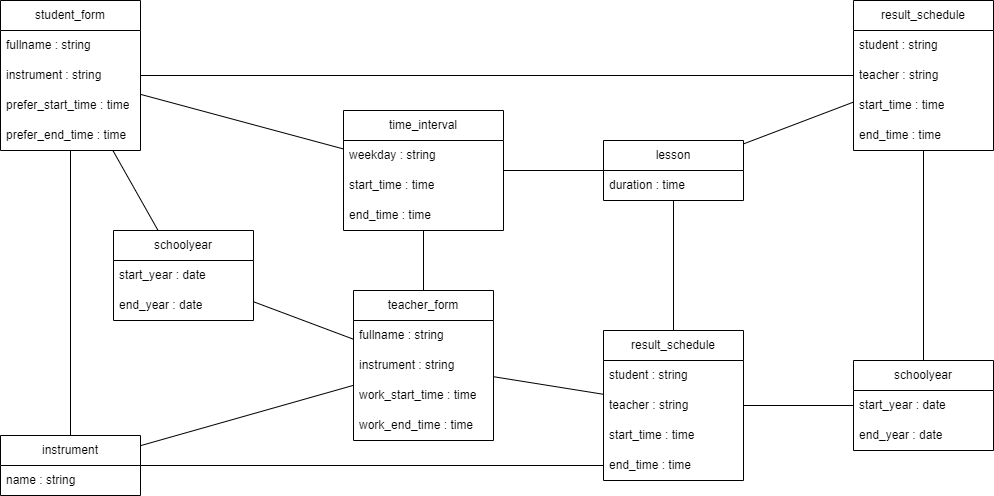
This is Диаграмма_классов.png from watashinonericell/myrepos, a draw.io export, as it was before one commit. Source tidied: cells renumbered, new cells last; positions are measured from the earlier drawing's top-left corner, leaving out a move shared by most shapes. The source it was exported from:
```xml
<mxGraphModel>
  <root>
    <mxCell id="0" />
    <mxCell id="1" parent="0" />
    <mxCell id="2" value="student_form" style="swimlane;fontStyle=0;horizontal=1;startSize=30;whiteSpace=wrap;html=1;" parent="1" vertex="1">
      <mxGeometry width="140" height="150" as="geometry" />
    </mxCell>
    <mxCell id="3" value="fullname : string" style="text;strokeColor=none;fillColor=none;align=left;verticalAlign=middle;spacingLeft=4;spacingRight=4;overflow=hidden;whiteSpace=wrap;html=1;" parent="2" vertex="1">
      <mxGeometry y="30" width="140" height="30" as="geometry" />
    </mxCell>
    <mxCell id="4" value="instrument : string" style="text;strokeColor=none;fillColor=none;align=left;verticalAlign=middle;spacingLeft=4;spacingRight=4;overflow=hidden;whiteSpace=wrap;html=1;" parent="2" vertex="1">
      <mxGeometry y="60" width="140" height="30" as="geometry" />
    </mxCell>
    <mxCell id="5" value="prefer_start_time : time" style="text;strokeColor=none;fillColor=none;align=left;verticalAlign=middle;spacingLeft=4;spacingRight=4;overflow=hidden;whiteSpace=wrap;html=1;" parent="2" vertex="1">
      <mxGeometry y="90" width="140" height="30" as="geometry" />
    </mxCell>
    <mxCell id="6" value="prefer_end_time : time" style="text;strokeColor=none;fillColor=none;align=left;verticalAlign=middle;spacingLeft=4;spacingRight=4;overflow=hidden;whiteSpace=wrap;html=1;" parent="2" vertex="1">
      <mxGeometry y="120" width="140" height="30" as="geometry" />
    </mxCell>
    <mxCell id="7" value="lesson" style="swimlane;fontStyle=0;horizontal=1;startSize=30;whiteSpace=wrap;html=1;" parent="1" vertex="1">
      <mxGeometry x="603" y="140" width="140" height="60" as="geometry" />
    </mxCell>
    <mxCell id="8" value="duration : time" style="text;strokeColor=none;fillColor=none;align=left;verticalAlign=middle;spacingLeft=4;spacingRight=4;overflow=hidden;whiteSpace=wrap;html=1;" parent="7" vertex="1">
      <mxGeometry y="30" width="140" height="30" as="geometry" />
    </mxCell>
    <mxCell id="9" value="time_interval" style="swimlane;fontStyle=0;horizontal=1;startSize=30;whiteSpace=wrap;html=1;" parent="1" vertex="1">
      <mxGeometry x="343" y="110" width="160" height="120" as="geometry" />
    </mxCell>
    <mxCell id="10" value="weekday : string" style="text;strokeColor=none;fillColor=none;align=left;verticalAlign=middle;spacingLeft=4;spacingRight=4;overflow=hidden;whiteSpace=wrap;html=1;" parent="9" vertex="1">
      <mxGeometry y="30" width="160" height="30" as="geometry" />
    </mxCell>
    <mxCell id="11" value="start_time : time" style="text;strokeColor=none;fillColor=none;align=left;verticalAlign=middle;spacingLeft=4;spacingRight=4;overflow=hidden;whiteSpace=wrap;html=1;" parent="9" vertex="1">
      <mxGeometry y="60" width="160" height="30" as="geometry" />
    </mxCell>
    <mxCell id="12" value="end_time : time" style="text;strokeColor=none;fillColor=none;align=left;verticalAlign=middle;spacingLeft=4;spacingRight=4;overflow=hidden;whiteSpace=wrap;html=1;" parent="9" vertex="1">
      <mxGeometry y="90" width="160" height="30" as="geometry" />
    </mxCell>
    <mxCell id="13" value="instrument" style="swimlane;fontStyle=0;horizontal=1;startSize=30;whiteSpace=wrap;html=1;" parent="1" vertex="1">
      <mxGeometry y="435" width="140" height="60" as="geometry" />
    </mxCell>
    <mxCell id="14" value="name : string" style="text;strokeColor=none;fillColor=none;align=left;verticalAlign=middle;spacingLeft=4;spacingRight=4;overflow=hidden;whiteSpace=wrap;html=1;" parent="13" vertex="1">
      <mxGeometry y="30" width="140" height="30" as="geometry" />
    </mxCell>
    <mxCell id="15" value="schoolyear" style="swimlane;fontStyle=0;horizontal=1;startSize=30;whiteSpace=wrap;html=1;" parent="1" vertex="1">
      <mxGeometry x="853" y="360" width="140" height="90" as="geometry" />
    </mxCell>
    <mxCell id="16" value="start_year&amp;nbsp;: date" style="text;strokeColor=none;fillColor=none;align=left;verticalAlign=middle;spacingLeft=4;spacingRight=4;overflow=hidden;whiteSpace=wrap;html=1;" parent="15" vertex="1">
      <mxGeometry y="30" width="140" height="30" as="geometry" />
    </mxCell>
    <mxCell id="17" value="end_year&amp;nbsp;: date" style="text;strokeColor=none;fillColor=none;align=left;verticalAlign=middle;spacingLeft=4;spacingRight=4;overflow=hidden;whiteSpace=wrap;html=1;" parent="15" vertex="1">
      <mxGeometry y="60" width="140" height="30" as="geometry" />
    </mxCell>
    <mxCell id="18" value="result_schedule" style="swimlane;fontStyle=0;horizontal=1;startSize=30;whiteSpace=wrap;html=1;" parent="1" vertex="1">
      <mxGeometry x="853" width="140" height="150" as="geometry" />
    </mxCell>
    <mxCell id="19" value="student : string" style="text;strokeColor=none;fillColor=none;align=left;verticalAlign=middle;spacingLeft=4;spacingRight=4;overflow=hidden;whiteSpace=wrap;html=1;" parent="18" vertex="1">
      <mxGeometry y="30" width="140" height="30" as="geometry" />
    </mxCell>
    <mxCell id="20" value="teacher : string" style="text;strokeColor=none;fillColor=none;align=left;verticalAlign=middle;spacingLeft=4;spacingRight=4;overflow=hidden;whiteSpace=wrap;html=1;" parent="18" vertex="1">
      <mxGeometry y="60" width="140" height="30" as="geometry" />
    </mxCell>
    <mxCell id="21" value="start_time&amp;nbsp;: time" style="text;strokeColor=none;fillColor=none;align=left;verticalAlign=middle;spacingLeft=4;spacingRight=4;overflow=hidden;whiteSpace=wrap;html=1;" parent="18" vertex="1">
      <mxGeometry y="90" width="140" height="30" as="geometry" />
    </mxCell>
    <mxCell id="22" value="end_time&amp;nbsp;: time" style="text;strokeColor=none;fillColor=none;align=left;verticalAlign=middle;spacingLeft=4;spacingRight=4;overflow=hidden;whiteSpace=wrap;html=1;" parent="18" vertex="1">
      <mxGeometry y="120" width="140" height="30" as="geometry" />
    </mxCell>
    <mxCell id="23" value="result_schedule" style="swimlane;fontStyle=0;horizontal=1;startSize=30;whiteSpace=wrap;html=1;" parent="1" vertex="1">
      <mxGeometry x="603" y="330" width="140" height="150" as="geometry" />
    </mxCell>
    <mxCell id="24" value="student : string" style="text;strokeColor=none;fillColor=none;align=left;verticalAlign=middle;spacingLeft=4;spacingRight=4;overflow=hidden;whiteSpace=wrap;html=1;" parent="23" vertex="1">
      <mxGeometry y="30" width="140" height="30" as="geometry" />
    </mxCell>
    <mxCell id="25" value="teacher&amp;nbsp;: string" style="text;strokeColor=none;fillColor=none;align=left;verticalAlign=middle;spacingLeft=4;spacingRight=4;overflow=hidden;whiteSpace=wrap;html=1;" parent="23" vertex="1">
      <mxGeometry y="60" width="140" height="30" as="geometry" />
    </mxCell>
    <mxCell id="26" value="start_time : time" style="text;strokeColor=none;fillColor=none;align=left;verticalAlign=middle;spacingLeft=4;spacingRight=4;overflow=hidden;whiteSpace=wrap;html=1;" parent="23" vertex="1">
      <mxGeometry y="90" width="140" height="30" as="geometry" />
    </mxCell>
    <mxCell id="27" value="end_time&amp;nbsp;: time" style="text;strokeColor=none;fillColor=none;align=left;verticalAlign=middle;spacingLeft=4;spacingRight=4;overflow=hidden;points=[[0,0.5],[1,0.5]];portConstraint=eastwest;whiteSpace=wrap;html=1;" parent="23" vertex="1">
      <mxGeometry y="120" width="140" height="30" as="geometry" />
    </mxCell>
    <mxCell id="28" value="teacher_form" style="swimlane;fontStyle=0;horizontal=1;startSize=30;whiteSpace=wrap;html=1;" parent="1" vertex="1">
      <mxGeometry x="353" y="290" width="140" height="150" as="geometry" />
    </mxCell>
    <mxCell id="29" value="fullname : string" style="text;strokeColor=none;fillColor=none;align=left;verticalAlign=middle;spacingLeft=4;spacingRight=4;overflow=hidden;whiteSpace=wrap;html=1;" parent="28" vertex="1">
      <mxGeometry y="30" width="140" height="30" as="geometry" />
    </mxCell>
    <mxCell id="30" value="instrument : string" style="text;strokeColor=none;fillColor=none;align=left;verticalAlign=middle;spacingLeft=4;spacingRight=4;overflow=hidden;whiteSpace=wrap;html=1;" parent="28" vertex="1">
      <mxGeometry y="60" width="140" height="30" as="geometry" />
    </mxCell>
    <mxCell id="31" value="work_start_time : time" style="text;strokeColor=none;fillColor=none;align=left;verticalAlign=middle;spacingLeft=4;spacingRight=4;overflow=hidden;whiteSpace=wrap;html=1;" parent="28" vertex="1">
      <mxGeometry y="90" width="140" height="30" as="geometry" />
    </mxCell>
    <mxCell id="32" value="work_end_time : time" style="text;strokeColor=none;fillColor=none;align=left;verticalAlign=middle;spacingLeft=4;spacingRight=4;overflow=hidden;whiteSpace=wrap;html=1;" parent="28" vertex="1">
      <mxGeometry y="120" width="140" height="30" as="geometry" />
    </mxCell>
    <mxCell id="33" value="schoolyear" style="swimlane;fontStyle=0;horizontal=1;startSize=30;whiteSpace=wrap;html=1;" parent="1" vertex="1">
      <mxGeometry x="113" y="230" width="140" height="90" as="geometry" />
    </mxCell>
    <mxCell id="34" value="start_year : date" style="text;strokeColor=none;fillColor=none;align=left;verticalAlign=middle;spacingLeft=4;spacingRight=4;overflow=hidden;whiteSpace=wrap;html=1;" parent="33" vertex="1">
      <mxGeometry y="30" width="140" height="30" as="geometry" />
    </mxCell>
    <mxCell id="35" value="end_year : date" style="text;strokeColor=none;fillColor=none;align=left;verticalAlign=middle;spacingLeft=4;spacingRight=4;overflow=hidden;whiteSpace=wrap;html=1;" parent="33" vertex="1">
      <mxGeometry y="60" width="140" height="30" as="geometry" />
    </mxCell>
    <mxCell id="36" style="endArrow=none;html=1;rounded=0;" parent="1" edge="1" source="7" target="18">
      <mxGeometry relative="1" as="geometry" />
    </mxCell>
    <mxCell id="37" style="endArrow=none;html=1;rounded=0;" parent="1" edge="1" source="9" target="2">
      <mxGeometry relative="1" as="geometry" />
    </mxCell>
    <mxCell id="38" style="endArrow=none;html=1;rounded=0;" parent="1" edge="1" source="33" target="2">
      <mxGeometry relative="1" as="geometry" />
    </mxCell>
    <mxCell id="39" style="endArrow=none;html=1;rounded=0;" parent="1" edge="1" source="13" target="27">
      <mxGeometry relative="1" as="geometry" />
    </mxCell>
    <mxCell id="40" style="endArrow=none;html=1;rounded=0;" parent="1" edge="1" source="13" target="28">
      <mxGeometry relative="1" as="geometry" />
    </mxCell>
    <mxCell id="41" style="endArrow=none;html=1;rounded=0;" parent="1" edge="1" source="28" target="33">
      <mxGeometry relative="1" as="geometry" />
    </mxCell>
    <mxCell id="42" style="endArrow=none;html=1;rounded=0;" parent="1" edge="1" source="13" target="2">
      <mxGeometry relative="1" as="geometry" />
    </mxCell>
    <mxCell id="43" style="endArrow=none;html=1;rounded=0;" parent="1" edge="1" source="18" target="2">
      <mxGeometry relative="1" as="geometry" />
    </mxCell>
    <mxCell id="44" style="endArrow=none;html=1;rounded=0;" parent="1" edge="1" source="28" target="9">
      <mxGeometry relative="1" as="geometry" />
    </mxCell>
    <mxCell id="45" style="endArrow=none;html=1;rounded=0;" parent="1" edge="1" source="7" target="9">
      <mxGeometry relative="1" as="geometry" />
    </mxCell>
    <mxCell id="46" style="endArrow=none;html=1;rounded=0;" parent="1" edge="1" source="28" target="23">
      <mxGeometry relative="1" as="geometry" />
    </mxCell>
    <mxCell id="47" style="endArrow=none;html=1;rounded=0;" parent="1" edge="1" source="23" target="15">
      <mxGeometry relative="1" as="geometry" />
    </mxCell>
    <mxCell id="48" style="endArrow=none;html=1;rounded=0;" parent="1" edge="1" source="15" target="18">
      <mxGeometry relative="1" as="geometry" />
    </mxCell>
    <mxCell id="49" style="endArrow=none;html=1;rounded=0;" parent="1" edge="1" source="23" target="7">
      <mxGeometry relative="1" as="geometry" />
    </mxCell>
  </root>
</mxGraphModel>
```
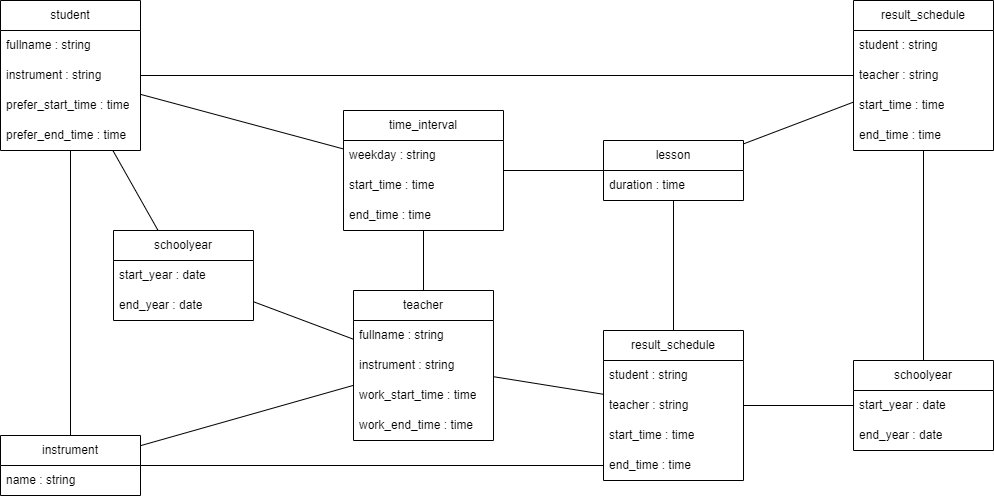
The same file after the commit.

What changed in the source:
```diff
@@ -2,7 +2,7 @@
   <root>
     <mxCell id="0" />
     <mxCell id="1" parent="0" />
-    <mxCell id="2" value="student_form" style="swimlane;fontStyle=0;horizontal=1;startSize=30;whiteSpace=wrap;html=1;" parent="1" vertex="1">
+    <mxCell id="2" value="student" style="swimlane;fontStyle=0;horizontal=1;startSize=30;whiteSpace=wrap;html=1;" parent="1" vertex="1">
       <mxGeometry width="140" height="150" as="geometry" />
     </mxCell>
     <mxCell id="3" value="fullname : string" style="text;strokeColor=none;fillColor=none;align=left;verticalAlign=middle;spacingLeft=4;spacingRight=4;overflow=hidden;whiteSpace=wrap;html=1;" parent="2" vertex="1">
@@ -80,7 +80,7 @@
     <mxCell id="27" value="end_time&amp;nbsp;: time" style="text;strokeColor=none;fillColor=none;align=left;verticalAlign=middle;spacingLeft=4;spacingRight=4;overflow=hidden;points=[[0,0.5],[1,0.5]];portConstraint=eastwest;whiteSpace=wrap;html=1;" parent="23" vertex="1">
       <mxGeometry y="120" width="140" height="30" as="geometry" />
     </mxCell>
-    <mxCell id="28" value="teacher_form" style="swimlane;fontStyle=0;horizontal=1;startSize=30;whiteSpace=wrap;html=1;" parent="1" vertex="1">
+    <mxCell id="28" value="teacher" style="swimlane;fontStyle=0;horizontal=1;startSize=30;whiteSpace=wrap;html=1;" parent="1" vertex="1">
       <mxGeometry x="353" y="290" width="140" height="150" as="geometry" />
     </mxCell>
     <mxCell id="29" value="fullname : string" style="text;strokeColor=none;fillColor=none;align=left;verticalAlign=middle;spacingLeft=4;spacingRight=4;overflow=hidden;whiteSpace=wrap;html=1;" parent="28" vertex="1">
```
